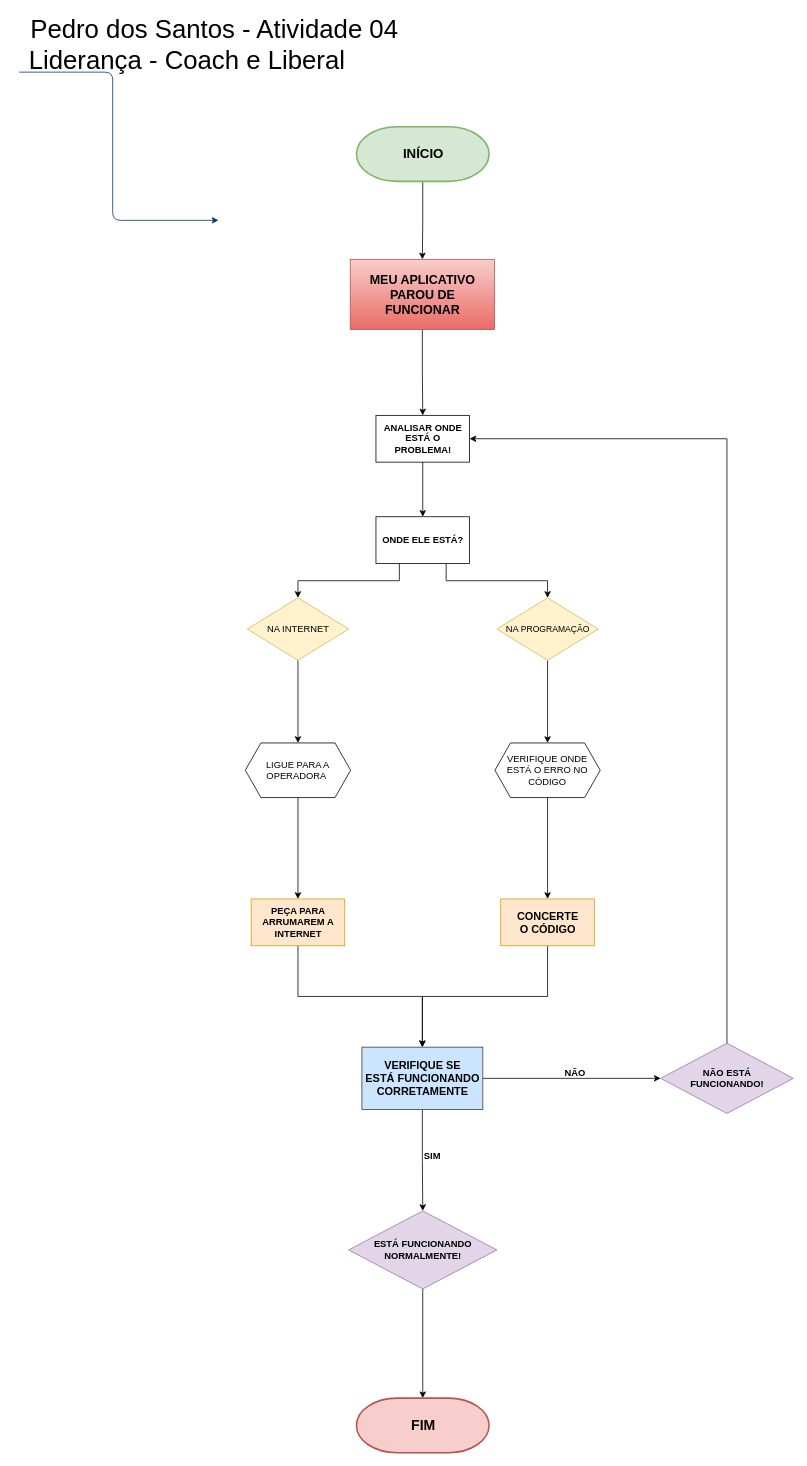
The draw.io diagram Untitled Diagram.drawio in pedrozaou1/Gerar, before the edit. Source tidied: cells renumbered, new cells numbered last; positions are measured from the earlier drawing's top-left corner, leaving out a move shared by most shapes. Both pictures are drawn from the tidied source at 78%, with x=0, y=0 at pixel (19, 17).
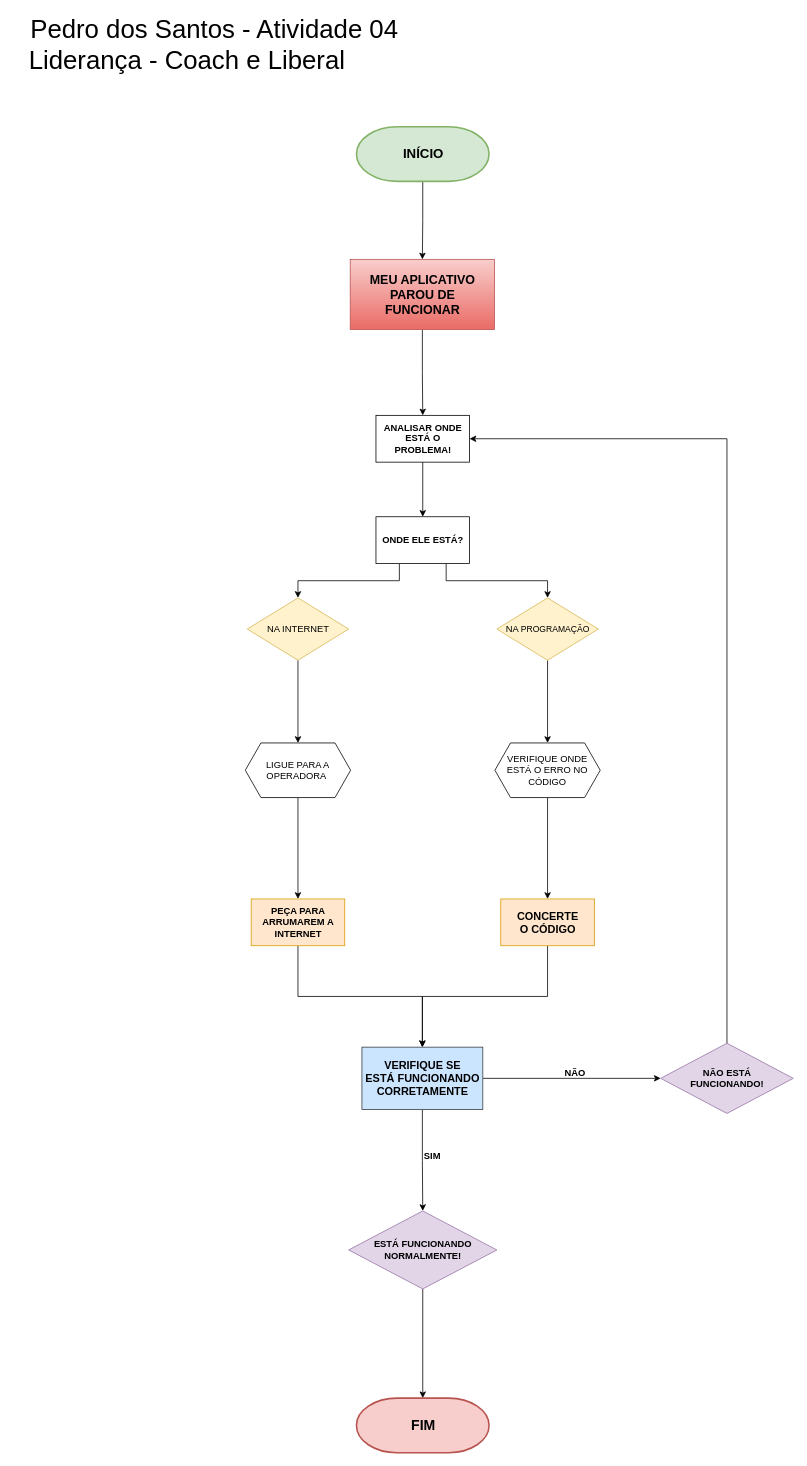
The same diagram, later.

The edit, as a diff of the source:
```diff
@@
-    <mxCell id="4" style="edgeStyle=elbowEdgeStyle;elbow=horizontal;exitX=0;exitY=0.5;exitPerimeter=0;entryX=0.095;entryY=0.5;entryPerimeter=0;fontStyle=1;strokeColor=#003366;strokeWidth=1;html=1;" parent="1" edge="1">
-      <mxGeometry as="geometry">
-        <mxPoint y="70" as="sourcePoint" />
-        <mxPoint x="255.6" y="260" as="targetPoint" />
-        <Array as="points">
-          <mxPoint x="120" y="940" />
-        </Array>
-      </mxGeometry>
-    </mxCell>
```
